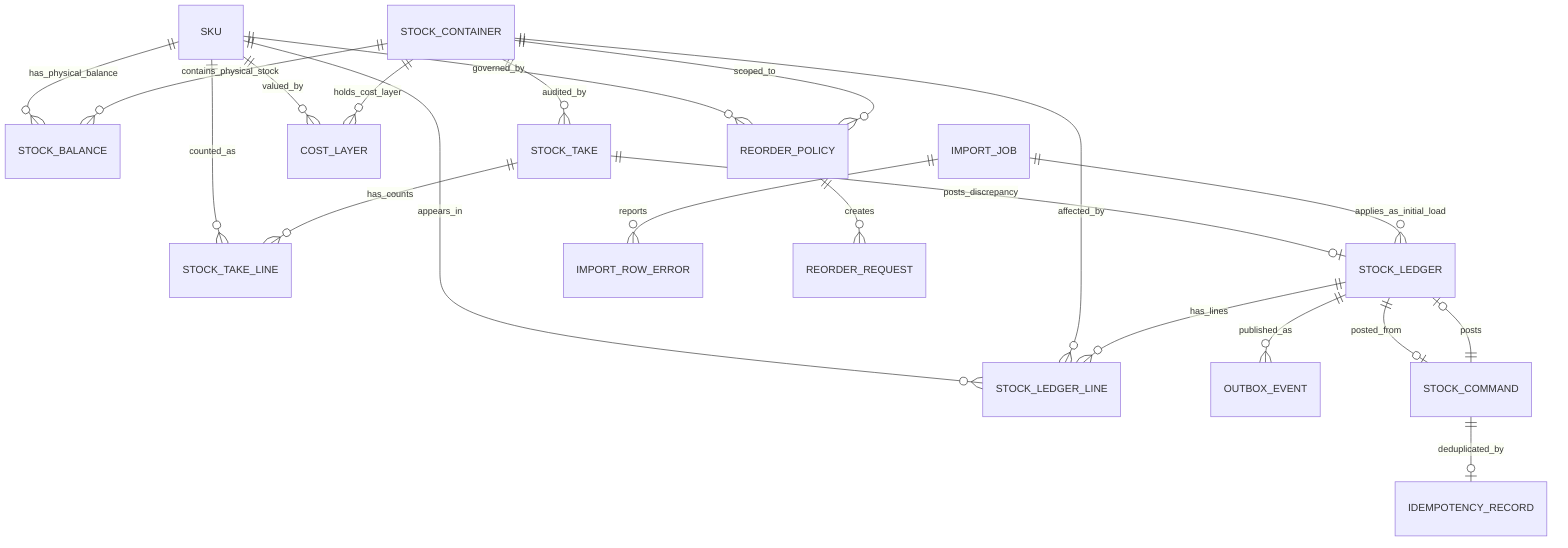
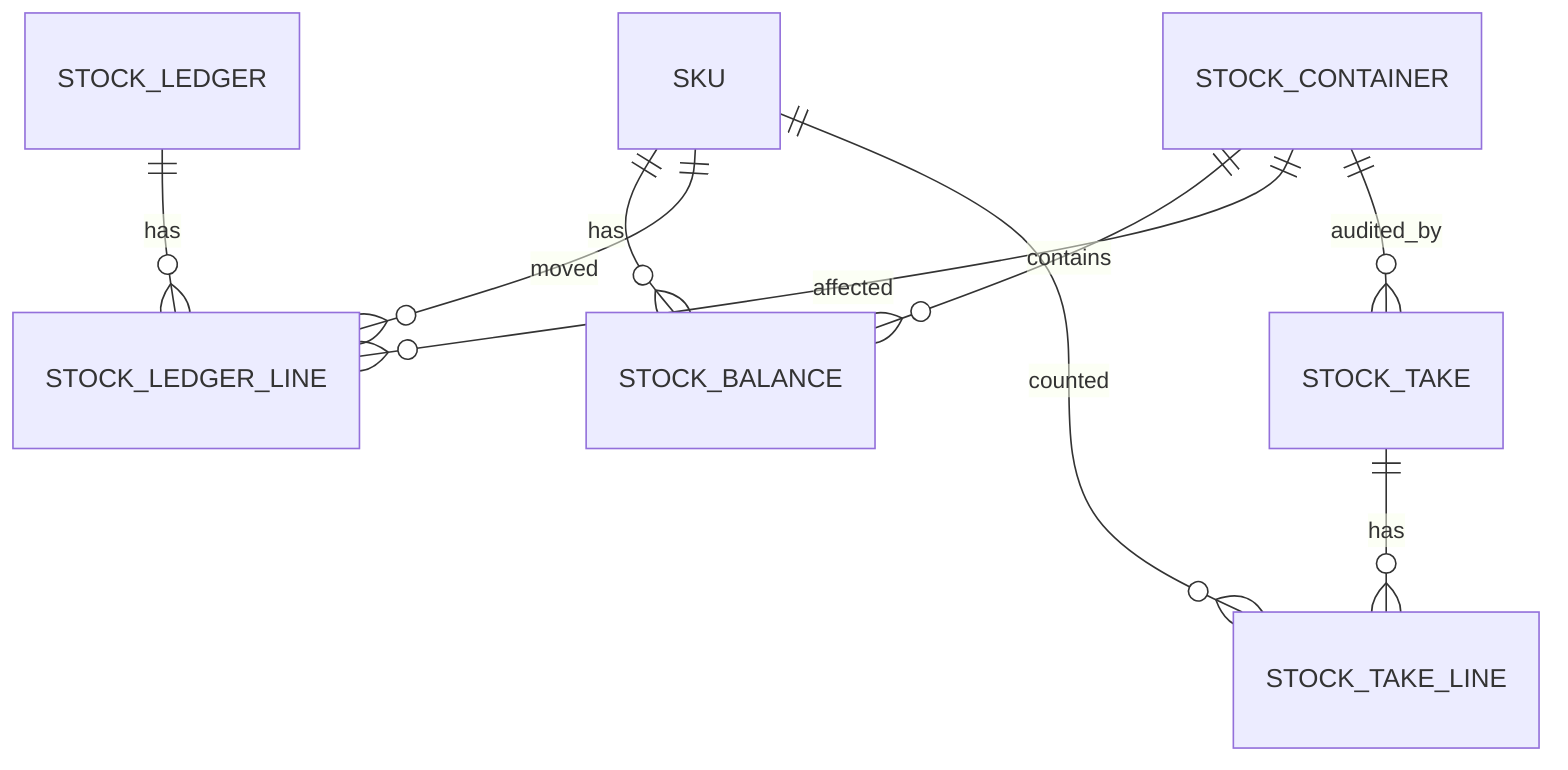
erDiagram
-     SKU ||--o{ STOCK_BALANCE : has_physical_balance
-     SKU ||--o{ STOCK_LEDGER_LINE : appears_in
-     SKU ||--o{ STOCK_TAKE_LINE : counted_as
-     SKU ||--o{ REORDER_POLICY : governed_by
-     SKU ||--o{ COST_LAYER : valued_by
+     SKU ||--o{ STOCK_BALANCE : has
+     STOCK_CONTAINER ||--o{ STOCK_BALANCE : contains

-     STOCK_CONTAINER ||--o{ STOCK_BALANCE : contains_physical_stock
-     STOCK_CONTAINER ||--o{ STOCK_LEDGER_LINE : affected_by
+     STOCK_LEDGER ||--o{ STOCK_LEDGER_LINE : has
+     SKU ||--o{ STOCK_LEDGER_LINE : moved
+     STOCK_CONTAINER ||--o{ STOCK_LEDGER_LINE : affected
+ 
    STOCK_CONTAINER ||--o{ STOCK_TAKE : audited_by
-     STOCK_CONTAINER ||--o{ REORDER_POLICY : scoped_to
-     STOCK_CONTAINER ||--o{ COST_LAYER : holds_cost_layer
- 
-     STOCK_LEDGER ||--o{ STOCK_LEDGER_LINE : has_lines
-     STOCK_LEDGER ||--o{ OUTBOX_EVENT : published_as
-     STOCK_LEDGER ||--o| STOCK_COMMAND : posted_from
- 
-     STOCK_COMMAND ||--o| STOCK_LEDGER : posts
-     STOCK_COMMAND ||--o| IDEMPOTENCY_RECORD : deduplicated_by
- 
-     STOCK_TAKE ||--o{ STOCK_TAKE_LINE : has_counts
-     STOCK_TAKE ||--o| STOCK_LEDGER : posts_discrepancy
- 
-     IMPORT_JOB ||--o{ IMPORT_ROW_ERROR : reports
-     IMPORT_JOB ||--o{ STOCK_LEDGER : applies_as_initial_load
- 
-     REORDER_POLICY ||--o{ REORDER_REQUEST : creates
+     STOCK_TAKE ||--o{ STOCK_TAKE_LINE : has
+     SKU ||--o{ STOCK_TAKE_LINE : counted
